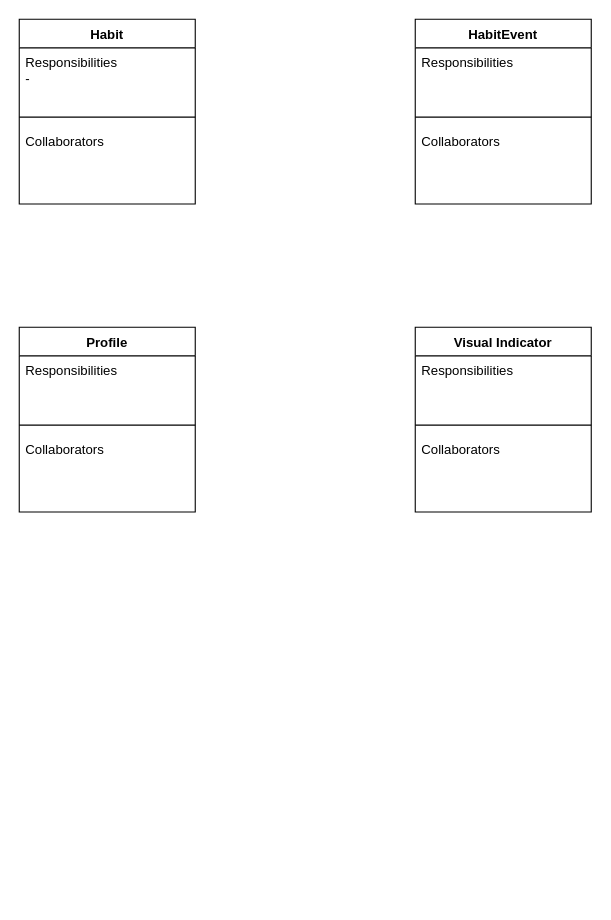
The draw.io diagram doc/ProjectPart2_CRC.drawio in CMPUT301F21T38/HabitAssist, before the edit. Source tidied: cells renumbered, new cells numbered last; positions are measured from the earlier drawing's top-left corner, leaving out a move shared by most shapes. Both pictures are drawn from the tidied source at 110%, with x=0, y=0 at pixel (19, 19).
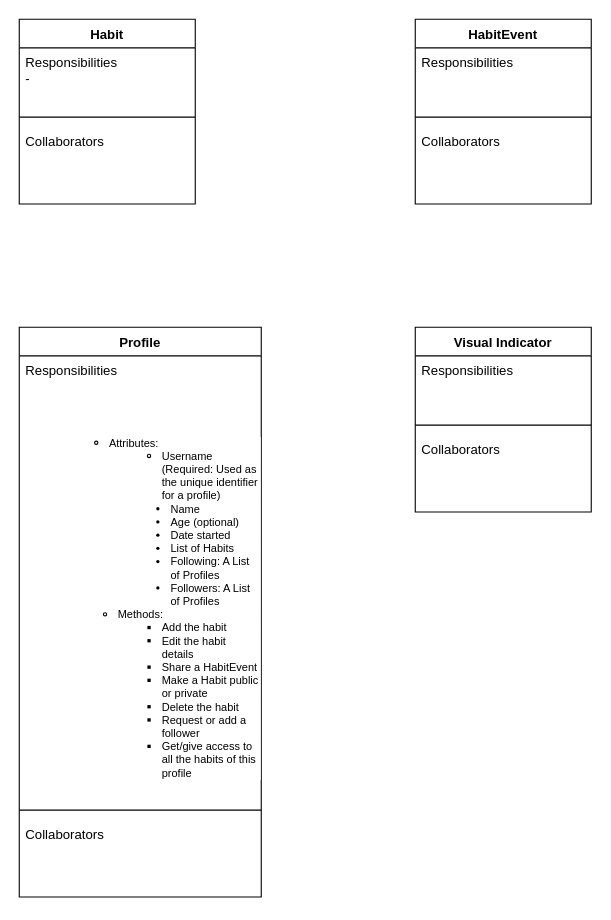
The same page after the edit.

What changed in the source:
```diff
@@
 <mxGraphModel>
   <root>
     <mxCell id="0" />
     <mxCell id="1" parent="0" />
     <mxCell id="2" value="Habit" style="swimlane;fontStyle=1;align=center;verticalAlign=top;horizontal=1;startSize=26;" parent="1" vertex="1">
       <mxGeometry width="160" height="168" as="geometry" />
     </mxCell>
     <mxCell id="3" value="Responsibilities&#10;- " style="text;strokeColor=none;fillColor=none;align=left;verticalAlign=top;spacingLeft=4;spacingRight=4;overflow=hidden;" parent="2" vertex="1">
       <mxGeometry y="26" width="160" height="54" as="geometry" />
     </mxCell>
     <mxCell id="4" style="line;strokeWidth=1;fillColor=none;align=left;verticalAlign=middle;spacingTop=-1;spacingLeft=3;spacingRight=3;labelPosition=right;" parent="2" vertex="1">
       <mxGeometry y="80" width="160" height="18" as="geometry" />
     </mxCell>
     <mxCell id="5" value="Collaborators" style="text;strokeColor=none;fillColor=none;align=left;verticalAlign=top;spacingLeft=4;spacingRight=4;overflow=hidden;" parent="2" vertex="1">
       <mxGeometry y="98" width="160" height="70" as="geometry" />
     </mxCell>
     <mxCell id="6" value="HabitEvent" style="swimlane;fontStyle=1;align=center;verticalAlign=top;horizontal=1;startSize=26;" parent="1" vertex="1">
       <mxGeometry x="360" width="160" height="168" as="geometry" />
     </mxCell>
     <mxCell id="7" value="Responsibilities" style="text;strokeColor=none;fillColor=none;align=left;verticalAlign=top;spacingLeft=4;spacingRight=4;overflow=hidden;" parent="6" vertex="1">
       <mxGeometry y="26" width="160" height="54" as="geometry" />
     </mxCell>
     <mxCell id="8" style="line;strokeWidth=1;fillColor=none;align=left;verticalAlign=middle;spacingTop=-1;spacingLeft=3;spacingRight=3;labelPosition=right;" parent="6" vertex="1">
       <mxGeometry y="80" width="160" height="18" as="geometry" />
     </mxCell>
     <mxCell id="9" value="Collaborators" style="text;strokeColor=none;fillColor=none;align=left;verticalAlign=top;spacingLeft=4;spacingRight=4;overflow=hidden;" parent="6" vertex="1">
       <mxGeometry y="98" width="160" height="70" as="geometry" />
     </mxCell>
     <mxCell id="10" value="Profile" style="swimlane;fontStyle=1;align=center;verticalAlign=top;horizontal=1;startSize=26;" parent="1" vertex="1">
-      <mxGeometry y="280" width="160" height="168" as="geometry" />
+      <mxGeometry y="280" width="220" height="518" as="geometry" />
     </mxCell>
     <mxCell id="11" value="Responsibilities" style="text;strokeColor=none;fillColor=none;align=left;verticalAlign=top;spacingLeft=4;spacingRight=4;overflow=hidden;" parent="10" vertex="1">
-      <mxGeometry y="26" width="160" height="54" as="geometry" />
+      <mxGeometry y="26" width="220" height="54" as="geometry" />
     </mxCell>
+    <mxCell id="18" value="&lt;span id=&quot;docs-internal-guid-4743c47a-7fff-aca5-1015-05a1c3894e4b&quot; style=&quot;font-size: 10px&quot;&gt;&lt;ul style=&quot;margin-top: 0 ; margin-bottom: 0&quot;&gt;&lt;ul style=&quot;margin-top: 0 ; margin-bottom: 0&quot;&gt;&lt;li dir=&quot;ltr&quot; style=&quot;list-style-type: circle ; font-family: &amp;#34;arial&amp;#34; ; background-color: transparent ; vertical-align: baseline&quot;&gt;&lt;p dir=&quot;ltr&quot; style=&quot;line-height: 1.2 ; background-color: rgb(255 , 255 , 255) ; margin-top: 0pt ; margin-bottom: 0pt&quot;&gt;&lt;span style=&quot;background-color: transparent ; vertical-align: baseline&quot;&gt;Attributes:&lt;/span&gt;&lt;/p&gt;&lt;/li&gt;&lt;li dir=&quot;ltr&quot; style=&quot;list-style-type: circle ; font-family: &amp;#34;arial&amp;#34; ; background-color: transparent ; vertical-align: baseline ; margin-left: 36pt&quot;&gt;&lt;p dir=&quot;ltr&quot; style=&quot;line-height: 1.2 ; background-color: rgb(255 , 255 , 255) ; margin-top: 0pt ; margin-bottom: 0pt&quot;&gt;&lt;span style=&quot;background-color: transparent ; vertical-align: baseline&quot;&gt;Username (Required: Used as the unique identifier for a profile)&lt;/span&gt;&lt;/p&gt;&lt;/li&gt;&lt;/ul&gt;&lt;li dir=&quot;ltr&quot; style=&quot;list-style-type: disc ; font-family: &amp;#34;arial&amp;#34; ; background-color: transparent ; vertical-align: baseline ; margin-left: 72pt&quot;&gt;&lt;p dir=&quot;ltr&quot; style=&quot;line-height: 1.2 ; background-color: rgb(255 , 255 , 255) ; margin-top: 0pt ; margin-bottom: 0pt&quot;&gt;&lt;span style=&quot;background-color: transparent ; vertical-align: baseline&quot;&gt;Name&lt;/span&gt;&lt;/p&gt;&lt;/li&gt;&lt;li dir=&quot;ltr&quot; style=&quot;list-style-type: disc ; font-family: &amp;#34;arial&amp;#34; ; background-color: transparent ; vertical-align: baseline ; margin-left: 72pt&quot;&gt;&lt;p dir=&quot;ltr&quot; style=&quot;line-height: 1.2 ; background-color: rgb(255 , 255 , 255) ; margin-top: 0pt ; margin-bottom: 0pt&quot;&gt;&lt;span style=&quot;background-color: transparent ; vertical-align: baseline&quot;&gt;Age (optional)&lt;/span&gt;&lt;/p&gt;&lt;/li&gt;&lt;li dir=&quot;ltr&quot; style=&quot;list-style-type: disc ; font-family: &amp;#34;arial&amp;#34; ; background-color: transparent ; vertical-align: baseline ; margin-left: 72pt&quot;&gt;&lt;p dir=&quot;ltr&quot; style=&quot;line-height: 1.2 ; background-color: rgb(255 , 255 , 255) ; margin-top: 0pt ; margin-bottom: 0pt&quot;&gt;&lt;span style=&quot;background-color: transparent ; vertical-align: baseline&quot;&gt;Date started&lt;/span&gt;&lt;/p&gt;&lt;/li&gt;&lt;li dir=&quot;ltr&quot; style=&quot;list-style-type: disc ; font-family: &amp;#34;arial&amp;#34; ; background-color: transparent ; vertical-align: baseline ; margin-left: 72pt&quot;&gt;&lt;p dir=&quot;ltr&quot; style=&quot;line-height: 1.2 ; background-color: rgb(255 , 255 , 255) ; margin-top: 0pt ; margin-bottom: 0pt&quot;&gt;&lt;span style=&quot;background-color: transparent ; vertical-align: baseline&quot;&gt;List of Habits&lt;/span&gt;&lt;/p&gt;&lt;/li&gt;&lt;li dir=&quot;ltr&quot; style=&quot;list-style-type: disc ; font-family: &amp;#34;arial&amp;#34; ; background-color: transparent ; vertical-align: baseline ; margin-left: 72pt&quot;&gt;&lt;p dir=&quot;ltr&quot; style=&quot;line-height: 1.2 ; background-color: rgb(255 , 255 , 255) ; margin-top: 0pt ; margin-bottom: 0pt&quot;&gt;&lt;span style=&quot;background-color: transparent ; vertical-align: baseline&quot;&gt;Following: A List of Profiles&lt;/span&gt;&lt;/p&gt;&lt;/li&gt;&lt;li dir=&quot;ltr&quot; style=&quot;list-style-type: disc ; font-family: &amp;#34;arial&amp;#34; ; background-color: transparent ; vertical-align: baseline ; margin-left: 72pt&quot;&gt;&lt;p dir=&quot;ltr&quot; style=&quot;line-height: 1.2 ; background-color: rgb(255 , 255 , 255) ; margin-top: 0pt ; margin-bottom: 0pt&quot;&gt;&lt;span style=&quot;background-color: transparent ; vertical-align: baseline&quot;&gt;Followers: A List of Profiles&lt;/span&gt;&lt;/p&gt;&lt;/li&gt;&lt;/ul&gt;&lt;ul style=&quot;margin-top: 0 ; margin-bottom: 0&quot;&gt;&lt;li dir=&quot;ltr&quot; style=&quot;list-style-type: circle ; font-family: &amp;#34;arial&amp;#34; ; background-color: transparent ; vertical-align: baseline ; margin-left: 36pt&quot;&gt;&lt;p dir=&quot;ltr&quot; style=&quot;line-height: 1.2 ; background-color: rgb(255 , 255 , 255) ; margin-top: 0pt ; margin-bottom: 0pt&quot;&gt;&lt;span style=&quot;background-color: transparent ; vertical-align: baseline&quot;&gt;Methods:&lt;/span&gt;&lt;/p&gt;&lt;/li&gt;&lt;ul style=&quot;margin-top: 0 ; margin-bottom: 0&quot;&gt;&lt;li dir=&quot;ltr&quot; style=&quot;list-style-type: square ; font-family: &amp;#34;arial&amp;#34; ; background-color: transparent ; vertical-align: baseline ; margin-left: 36pt&quot;&gt;&lt;p dir=&quot;ltr&quot; style=&quot;line-height: 1.2 ; background-color: rgb(255 , 255 , 255) ; margin-top: 0pt ; margin-bottom: 0pt&quot;&gt;&lt;span style=&quot;background-color: transparent ; vertical-align: baseline&quot;&gt;Add the habit&lt;/span&gt;&lt;/p&gt;&lt;/li&gt;&lt;li dir=&quot;ltr&quot; style=&quot;list-style-type: square ; font-family: &amp;#34;arial&amp;#34; ; background-color: transparent ; vertical-align: baseline ; margin-left: 36pt&quot;&gt;&lt;p dir=&quot;ltr&quot; style=&quot;line-height: 1.2 ; background-color: rgb(255 , 255 , 255) ; margin-top: 0pt ; margin-bottom: 0pt&quot;&gt;&lt;span style=&quot;background-color: transparent ; vertical-align: baseline&quot;&gt;Edit the habit details&lt;/span&gt;&lt;/p&gt;&lt;/li&gt;&lt;li dir=&quot;ltr&quot; style=&quot;list-style-type: square ; font-family: &amp;#34;arial&amp;#34; ; background-color: transparent ; vertical-align: baseline ; margin-left: 36pt&quot;&gt;&lt;p dir=&quot;ltr&quot; style=&quot;line-height: 1.2 ; background-color: rgb(255 , 255 , 255) ; margin-top: 0pt ; margin-bottom: 0pt&quot;&gt;&lt;span style=&quot;background-color: transparent ; vertical-align: baseline&quot;&gt;Share a HabitEvent&lt;/span&gt;&lt;/p&gt;&lt;/li&gt;&lt;li dir=&quot;ltr&quot; style=&quot;list-style-type: square ; font-family: &amp;#34;arial&amp;#34; ; background-color: transparent ; vertical-align: baseline ; margin-left: 36pt&quot;&gt;&lt;p dir=&quot;ltr&quot; style=&quot;line-height: 1.2 ; background-color: rgb(255 , 255 , 255) ; margin-top: 0pt ; margin-bottom: 0pt&quot;&gt;&lt;span style=&quot;background-color: transparent ; vertical-align: baseline&quot;&gt;Make a Habit public or private&lt;/span&gt;&lt;/p&gt;&lt;/li&gt;&lt;li dir=&quot;ltr&quot; style=&quot;list-style-type: square ; font-family: &amp;#34;arial&amp;#34; ; background-color: transparent ; vertical-align: baseline ; margin-left: 36pt&quot;&gt;&lt;p dir=&quot;ltr&quot; style=&quot;line-height: 1.2 ; background-color: rgb(255 , 255 , 255) ; margin-top: 0pt ; margin-bottom: 0pt&quot;&gt;&lt;span style=&quot;background-color: transparent ; vertical-align: baseline&quot;&gt;Delete the habit&lt;/span&gt;&lt;/p&gt;&lt;/li&gt;&lt;li dir=&quot;ltr&quot; style=&quot;list-style-type: square ; font-family: &amp;#34;arial&amp;#34; ; background-color: transparent ; vertical-align: baseline ; margin-left: 36pt&quot;&gt;&lt;p dir=&quot;ltr&quot; style=&quot;line-height: 1.2 ; background-color: rgb(255 , 255 , 255) ; margin-top: 0pt ; margin-bottom: 0pt&quot;&gt;&lt;span style=&quot;background-color: transparent ; vertical-align: baseline&quot;&gt;Request or add a follower&lt;/span&gt;&lt;/p&gt;&lt;/li&gt;&lt;li dir=&quot;ltr&quot; style=&quot;list-style-type: square ; font-family: &amp;#34;arial&amp;#34; ; background-color: transparent ; vertical-align: baseline ; margin-left: 36pt&quot;&gt;&lt;p dir=&quot;ltr&quot; style=&quot;line-height: 1.2 ; background-color: rgb(255 , 255 , 255) ; margin-top: 0pt ; margin-bottom: 0pt&quot;&gt;&lt;span style=&quot;background-color: transparent ; vertical-align: baseline&quot;&gt;Get/give access to all the habits of this profile&lt;/span&gt;&lt;/p&gt;&lt;/li&gt;&lt;/ul&gt;&lt;/ul&gt;&lt;/span&gt;" style="text;html=1;strokeColor=none;fillColor=none;align=left;verticalAlign=middle;whiteSpace=wrap;rounded=0;" parent="10" vertex="1">
+      <mxGeometry y="80" width="220" height="350" as="geometry" />
+    </mxCell>
     <mxCell id="12" style="line;strokeWidth=1;fillColor=none;align=left;verticalAlign=middle;spacingTop=-1;spacingLeft=3;spacingRight=3;labelPosition=right;" parent="10" vertex="1">
-      <mxGeometry y="80" width="160" height="18" as="geometry" />
+      <mxGeometry y="430" width="220" height="18" as="geometry" />
     </mxCell>
     <mxCell id="13" value="Collaborators" style="text;strokeColor=none;fillColor=none;align=left;verticalAlign=top;spacingLeft=4;spacingRight=4;overflow=hidden;" parent="10" vertex="1">
-      <mxGeometry y="98" width="160" height="70" as="geometry" />
+      <mxGeometry y="448" width="220" height="70" as="geometry" />
     </mxCell>
     <mxCell id="14" value="Visual Indicator" style="swimlane;fontStyle=1;align=center;verticalAlign=top;horizontal=1;startSize=26;" parent="1" vertex="1">
       <mxGeometry x="360" y="280" width="160" height="168" as="geometry" />
     </mxCell>
     <mxCell id="15" value="Responsibilities" style="text;strokeColor=none;fillColor=none;align=left;verticalAlign=top;spacingLeft=4;spacingRight=4;overflow=hidden;" parent="14" vertex="1">
       <mxGeometry y="26" width="160" height="54" as="geometry" />
     </mxCell>
     <mxCell id="16" style="line;strokeWidth=1;fillColor=none;align=left;verticalAlign=middle;spacingTop=-1;spacingLeft=3;spacingRight=3;labelPosition=right;" parent="14" vertex="1">
       <mxGeometry y="80" width="160" height="18" as="geometry" />
     </mxCell>
     <mxCell id="17" value="Collaborators" style="text;strokeColor=none;fillColor=none;align=left;verticalAlign=top;spacingLeft=4;spacingRight=4;overflow=hidden;" parent="14" vertex="1">
       <mxGeometry y="98" width="160" height="70" as="geometry" />
     </mxCell>
   </root>
 </mxGraphModel>
```
